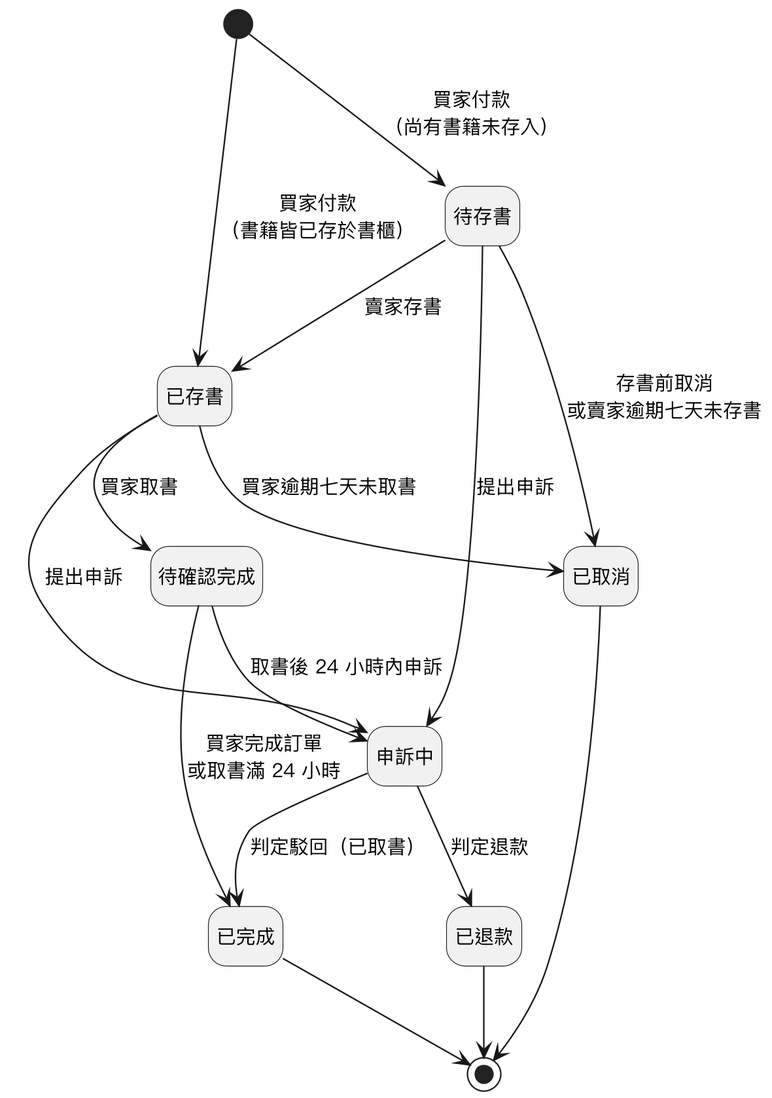
Before: Diagrams/State Machine/v3/state_orders.png, a diagram exported from PlantUML (SaveMyBook/SaveMyBook).
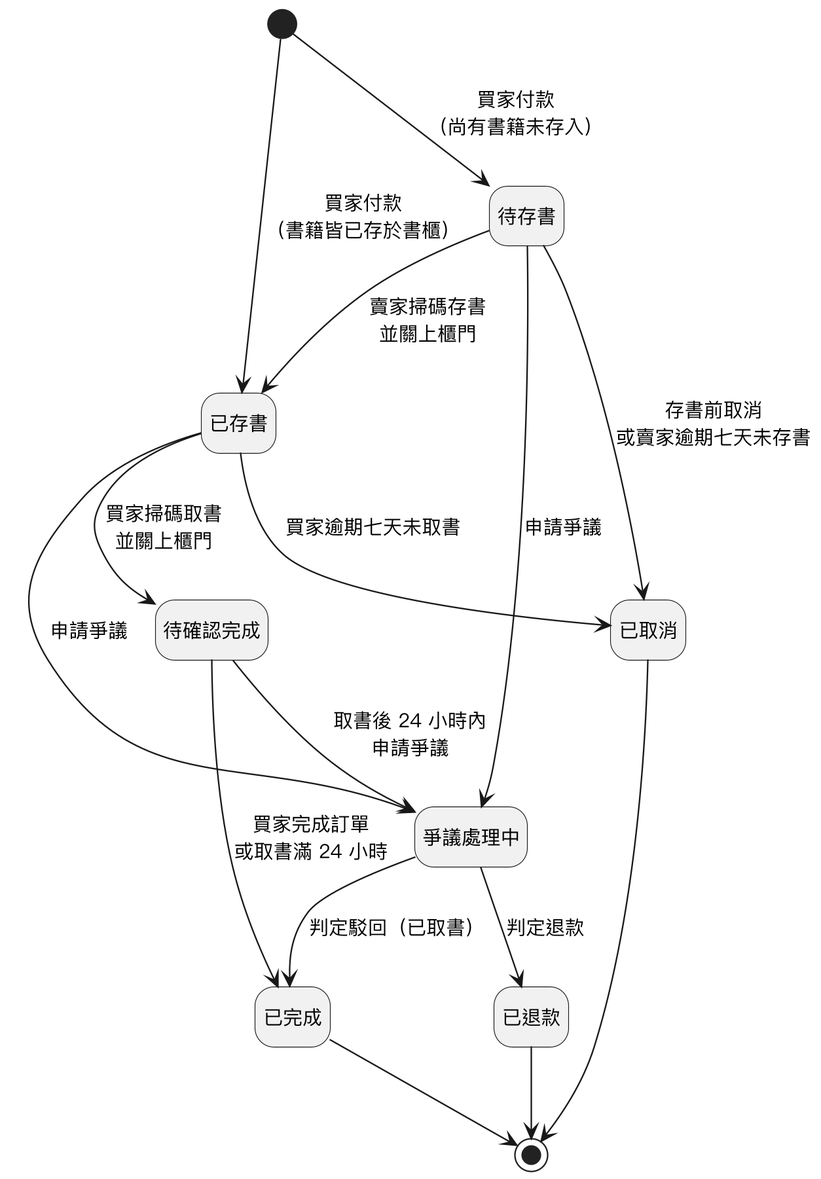
The same diagram one commit later.

The edit, as a diff of the source:
```diff
@@ -11,13 +11,13 @@
 state 待確認完成
 state 已完成
 state 已取消
-state 申訴中
+state 爭議處理中
 state 已退款
 
 [*] --> 待存書 : 買家付款\n（尚有書籍未存入）
 [*] --> 已存書 : 買家付款\n（書籍皆已存於書櫃）
-待存書 --> 已存書 : 賣家存書
-已存書 --> 待確認完成 : 買家取書
+待存書 --> 已存書 : 賣家掃碼存書\n並關上櫃門
+已存書 --> 待確認完成 : 買家掃碼取書\n並關上櫃門
 待確認完成 --> 已完成 : 買家完成訂單\n或取書滿 24 小時
 已完成 --> [*]
 
@@ -25,10 +25,10 @@
 已存書 --> 已取消 : 買家逾期七天未取書
 已取消 --> [*]
 
-待存書 --> 申訴中 : 提出申訴
-已存書 --> 申訴中 : 提出申訴
-待確認完成 --> 申訴中 : 取書後 24 小時內申訴
-申訴中 --> 已退款 : 判定退款
-申訴中 --> 已完成 : 判定駁回（已取書）
+待存書 --> 爭議處理中 : 申請爭議
+已存書 --> 爭議處理中 : 申請爭議
+待確認完成 --> 爭議處理中 : 取書後 24 小時內\n申請爭議
+爭議處理中 --> 已退款 : 判定退款
+爭議處理中 --> 已完成 : 判定駁回（已取書）
 已退款 --> [*]
 @enduml
```
